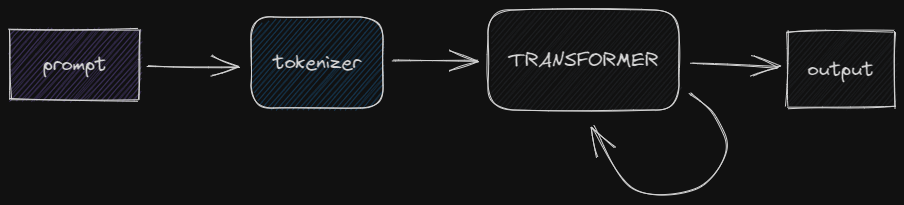
This is drawings/llm-general.excalidraw.png from maciejmalecki/rag, a Excalidraw export, as it was before one commit. Source tidied: one line per element, renumbered; positions are measured from the earlier drawing's top-left corner, leaving out a move shared by most shapes.
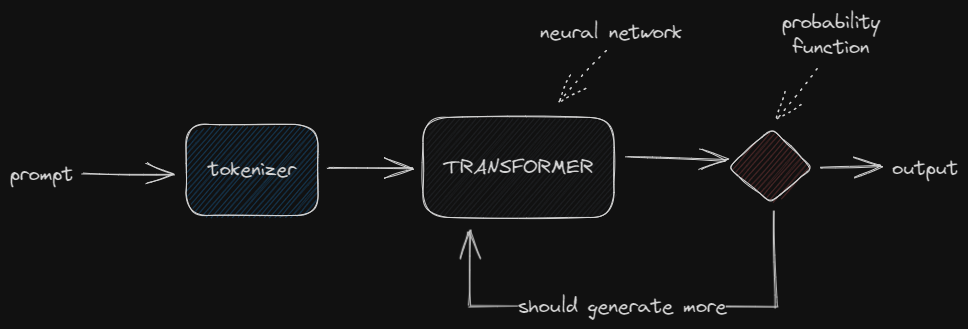
The same file after the commit.

Change to the diagram source:
```diff
@@ -1,12 +1,17 @@
 {"id": 0, "type": "rectangle", "strokeColor": "#1e1e1e", "backgroundColor": "#a5d8ff", "fillStyle": "hachure", "strokeWidth": 1, "roughness": 1, "round": true, "x": 241, "y": 7, "width": 132, "height": 91}
 {"id": 1, "type": "text", "text": "tokenizer", "strokeColor": "#1e1e1e", "strokeWidth": 1, "roughness": 1, "fontSize": 20, "fontFamily": 1, "textAlign": "center", "verticalAlign": "middle", "inside": 0, "x": 263, "y": 40, "width": 88, "height": 25}
 {"id": 2, "type": "arrow", "strokeColor": "#1e1e1e", "backgroundColor": "#ffc9c9", "fillStyle": "hachure", "strokeWidth": 1, "roughness": 1, "endArrowhead": "arrow", "round": true, "from": 0, "to": 6, "x": 383, "y": 51, "width": 85, "height": 0, "points": [[0, 0], [85, 0]]}
-{"id": 3, "type": "rectangle", "strokeColor": "#1e1e1e", "backgroundColor": "#d0bfff", "fillStyle": "hachure", "strokeWidth": 1, "roughness": 1, "x": 0, "y": 19, "width": 129, "height": 71}
-{"id": 4, "type": "text", "text": "prompt", "strokeColor": "#1e1e1e", "backgroundColor": "#d0bfff", "fillStyle": "hachure", "strokeWidth": 1, "roughness": 1, "fontSize": 20, "fontFamily": 1, "textAlign": "center", "verticalAlign": "middle", "inside": 3, "x": 33, "y": 42, "width": 63, "height": 25}
-{"id": 5, "type": "arrow", "strokeColor": "#1e1e1e", "backgroundColor": "#d0bfff", "fillStyle": "hachure", "strokeWidth": 1, "roughness": 1, "endArrowhead": "arrow", "from": 3, "to": 0, "x": 137, "y": 57, "width": 93, "height": 0, "points": [[0, 0], [93, 0]]}
+{"id": 5, "type": "arrow", "strokeColor": "#1e1e1e", "backgroundColor": "#d0bfff", "fillStyle": "hachure", "strokeWidth": 1, "roughness": 1, "endArrowhead": "arrow", "from": 4, "to": 0, "x": 137, "y": 57, "width": 93, "height": 0, "points": [[0, 0], [93, 0]]}
 {"id": 6, "type": "rectangle", "strokeColor": "#1e1e1e", "backgroundColor": "#e9ecef", "fillStyle": "hachure", "strokeWidth": 1, "roughness": 1, "round": true, "x": 478, "y": 0, "width": 191, "height": 100}
 {"id": 7, "type": "text", "text": "TRANSFORMER", "strokeColor": "#1e1e1e", "backgroundColor": "#e9ecef", "fillStyle": "hachure", "strokeWidth": 1, "roughness": 1, "fontSize": 20, "fontFamily": 1, "textAlign": "center", "verticalAlign": "middle", "inside": 6, "x": 499, "y": 38, "width": 150, "height": 25}
-{"id": 8, "type": "arrow", "strokeColor": "#1e1e1e", "backgroundColor": "#e9ecef", "fillStyle": "hachure", "strokeWidth": 1, "roughness": 1, "endArrowhead": "arrow", "round": true, "from": 6, "to": 6, "x": 680, "y": 83, "width": 134, "height": 96, "points": [[0, 0], [25, 23], [37, 59], [5, 96], [-58, 95], [-97, 33]]}
-{"id": 9, "type": "rectangle", "strokeColor": "#1e1e1e", "backgroundColor": "#e9ecef", "fillStyle": "hachure", "strokeWidth": 1, "roughness": 1, "x": 777, "y": 21, "width": 107, "height": 76}
+{"id": 11, "type": "arrow", "strokeColor": "#1e1e1e", "backgroundColor": "#e9ecef", "fillStyle": "hachure", "strokeWidth": 1, "roughness": 1, "endArrowhead": "arrow", "from": 6, "to": 12, "x": 681, "y": 39, "width": 101, "height": 4, "points": [[0, 0], [101, 4]]}
+{"id": 12, "type": "diamond", "strokeColor": "#1e1e1e", "backgroundColor": "#ffc9c9", "fillStyle": "hachure", "strokeWidth": 1, "roughness": 1, "round": true, "x": 783, "y": 12, "width": 84, "height": 74}
+{"id": 13, "type": "arrow", "strokeColor": "#1e1e1e", "strokeWidth": 1, "roughness": 1, "endArrowhead": "arrow", "from": 12, "to": 6, "x": 827, "y": 92, "width": 308, "height": 97, "points": [[0, 0], [4, 97], [-304, 96], [-303, 20]]}
+{"id": 14, "type": "text", "text": "should generate more", "strokeColor": "#1e1e1e", "backgroundColor": "#ffc9c9", "fillStyle": "hachure", "strokeWidth": 1, "strokeStyle": "dotted", "roughness": 1, "fontSize": 20, "fontFamily": 1, "textAlign": "center", "verticalAlign": "middle", "inside": 13, "x": 573, "y": 177, "width": 209, "height": 25}
+{"id": 4, "type": "text", "text": "prompt", "strokeColor": "#1e1e1e", "backgroundColor": "#ffc9c9", "fillStyle": "hachure", "strokeWidth": 1, "roughness": 1, "fontSize": 20, "fontFamily": 1, "x": 65, "y": 45, "width": 63, "height": 25}
+{"id": 15, "type": "arrow", "strokeColor": "#1e1e1e", "backgroundColor": "#ffc9c9", "fillStyle": "hachure", "strokeWidth": 1, "roughness": 1, "endArrowhead": "arrow", "from": 12, "to": 10, "x": 875, "y": 51, "width": 61, "height": 2, "points": [[0, 0], [61, -2]]}
-{"id": 10, "type": "text", "text": "output", "strokeColor": "#1e1e1e", "backgroundColor": "#e9ecef", "fillStyle": "hachure", "strokeWidth": 1, "roughness": 1, "fontSize": 20, "fontFamily": 1, "textAlign": "center", "verticalAlign": "middle", "inside": 9, "x": 797, "y": 46, "width": 66, "height": 25}
+{"id": 10, "type": "text", "text": "output", "strokeColor": "#1e1e1e", "backgroundColor": "#ffc9c9", "fillStyle": "hachure", "strokeWidth": 1, "roughness": 1, "fontSize": 20, "fontFamily": 1, "x": 947, "y": 39, "width": 66, "height": 25}
-{"id": 11, "type": "arrow", "strokeColor": "#1e1e1e", "backgroundColor": "#e9ecef", "fillStyle": "hachure", "strokeWidth": 1, "roughness": 1, "endArrowhead": "arrow", "from": 6, "to": 9, "x": 681, "y": 53, "width": 88, "height": 4, "points": [[0, 0], [88, 4]]}
+{"id": 16, "type": "text", "text": "neural network", "strokeColor": "#1e1e1e", "backgroundColor": "#ffc9c9", "fillStyle": "hachure", "strokeWidth": 1, "roughness": 1, "fontSize": 20, "fontFamily": 1, "x": 595, "y": -97, "width": 142, "height": 25}
+{"id": 17, "type": "arrow", "strokeColor": "#1e1e1e", "backgroundColor": "#ffc9c9", "fillStyle": "hachure", "strokeWidth": 1, "strokeStyle": "dotted", "roughness": 1, "endArrowhead": "arrow", "from": 16, "to": 6, "x": 659, "y": -66, "width": 48, "height": 53, "points": [[0, 0], [-48, 53]]}
+{"id": 18, "type": "text", "text": "probability\nfunction", "strokeColor": "#1e1e1e", "backgroundColor": "#ffc9c9", "fillStyle": "hachure", "strokeWidth": 1, "strokeStyle": "dotted", "roughness": 1, "fontSize": 20, "fontFamily": 1, "textAlign": "center", "x": 837, "y": -107, "width": 98, "height": 50}
+{"id": 19, "type": "arrow", "strokeColor": "#1e1e1e", "backgroundColor": "#ffc9c9", "fillStyle": "hachure", "strokeWidth": 1, "strokeStyle": "dotted", "roughness": 1, "endArrowhead": "arrow", "from": 18, "to": 12, "x": 873, "y": -48, "width": 42, "height": 53, "points": [[0, 0], [-42, 53]]}
```
